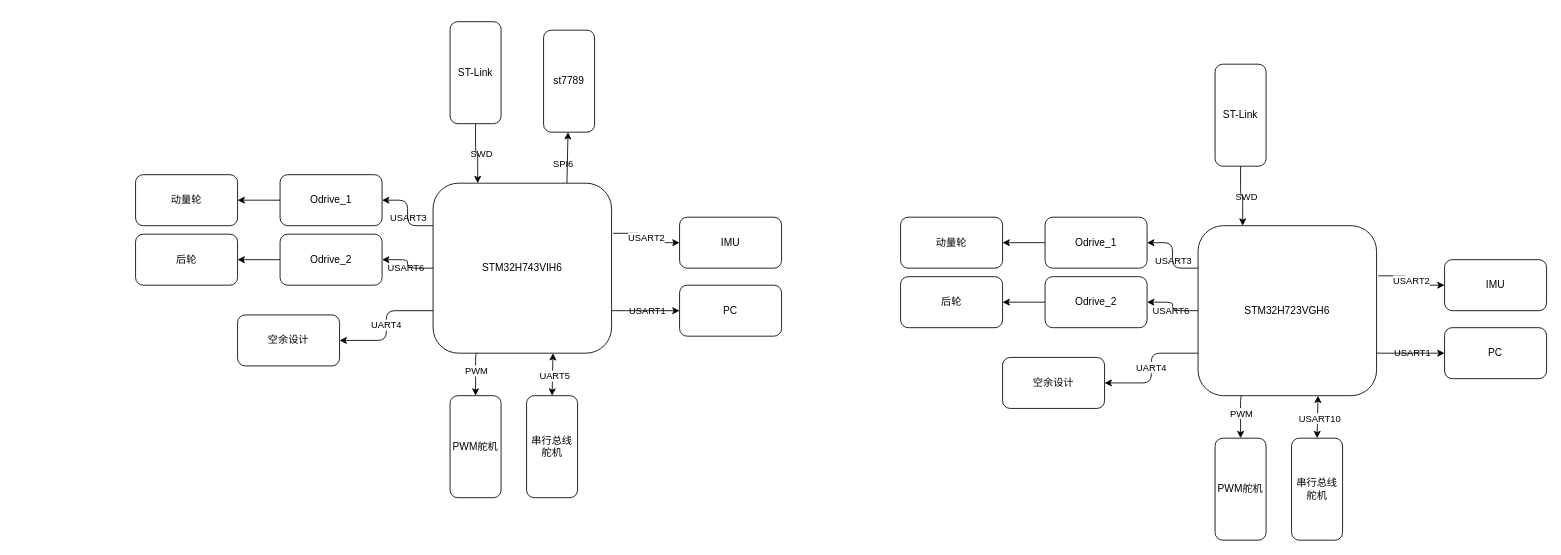
The draw.io diagram Control_Unit/Hardware/设计框图/控制单元架构.drawio in Ashington258/EquiCycle, before the edit. Source tidied: cells renumbered, new cells numbered last; positions are measured from the earlier drawing's top-left corner, leaving out a move shared by most shapes. Both pictures are drawn from the tidied source at 85%, with x=0, y=0 at pixel (135, 21).
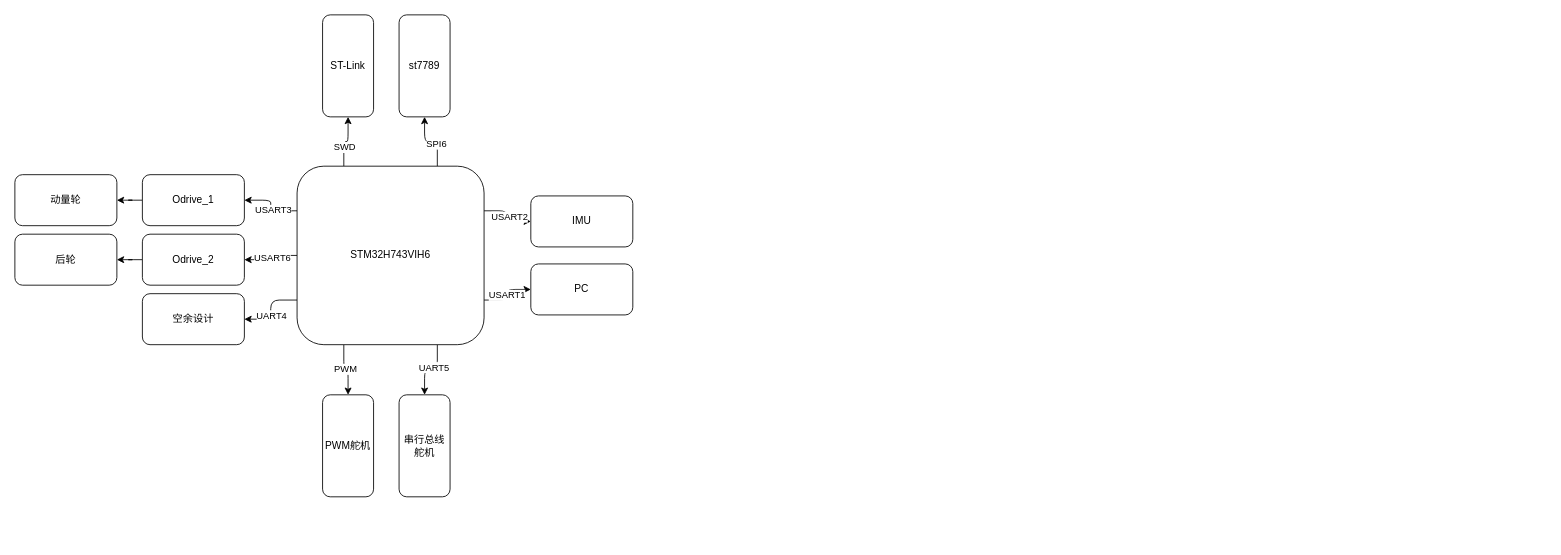
The same diagram, later.

The edit, as a diff of the source:
```diff
@@
-    <mxCell id="2" style="edgeStyle=orthogonalEdgeStyle;rounded=1;jettySize=auto;html=1;exitX=1;exitY=0.75;exitDx=0;exitDy=0;entryX=0;entryY=0.5;entryDx=0;entryDy=0;labelBackgroundColor=none;fontColor=default;" parent="1" edge="1" source="10" target="15">
-      <mxGeometry relative="1" as="geometry" />
-    </mxCell>
-    <mxCell id="3" value="USART1" style="edgeLabel;html=1;align=center;verticalAlign=middle;rounded=1;labelBackgroundColor=none;" parent="2" vertex="1">
-      <mxGeometry x="0.03" y="1" relative="1" as="geometry" />
-    </mxCell>
-    <mxCell id="4" style="edgeStyle=orthogonalEdgeStyle;rounded=1;jettySize=auto;html=1;entryX=1;entryY=0.5;entryDx=0;entryDy=0;labelBackgroundColor=none;fontColor=default;" parent="1" edge="1" source="10" target="14">
-      <mxGeometry relative="1" as="geometry" />
-    </mxCell>
-    <mxCell id="5" value="USART6" style="edgeLabel;html=1;align=center;verticalAlign=middle;rounded=1;labelBackgroundColor=none;" parent="4" vertex="1">
-      <mxGeometry x="-0.12" y="3" relative="1" as="geometry" />
-    </mxCell>
-    <mxCell id="6" style="edgeStyle=orthogonalEdgeStyle;rounded=1;jettySize=auto;html=1;exitX=0.25;exitY=1;exitDx=0;exitDy=0;curved=0;" parent="1" edge="1" source="10" target="29">
-      <mxGeometry relative="1" as="geometry">
-        <Array as="points">
-          <mxPoint x="1300" y="440" />
-        </Array>
-      </mxGeometry>
-    </mxCell>
-    <mxCell id="7" value="PWM" style="edgeLabel;html=1;align=center;verticalAlign=middle;rounded=1;" parent="6" vertex="1">
-      <mxGeometry x="-0.12" relative="1" as="geometry" />
-    </mxCell>
-    <mxCell id="8" style="edgeStyle=orthogonalEdgeStyle;rounded=1;jettySize=auto;html=1;exitX=0;exitY=0.75;exitDx=0;exitDy=0;" parent="1" edge="1" source="10" target="30">
-      <mxGeometry relative="1" as="geometry" />
-    </mxCell>
-    <mxCell id="9" value="UART4" style="edgeLabel;html=1;align=center;verticalAlign=middle;rounded=1;" parent="8" vertex="1">
-      <mxGeometry x="-0.02" y="-1" relative="1" as="geometry" />
-    </mxCell>
-    <mxCell id="10" value="STM32H723VGH6" style="rounded=1;whiteSpace=wrap;html=1;labelBackgroundColor=none;" parent="1" vertex="1">
-      <mxGeometry x="1250" y="240" width="210" height="200" as="geometry" />
-    </mxCell>
-    <mxCell id="11" style="edgeStyle=orthogonalEdgeStyle;rounded=1;jettySize=auto;html=1;labelBackgroundColor=none;fontColor=default;" parent="1" edge="1" source="12" target="22">
-      <mxGeometry relative="1" as="geometry" />
-    </mxCell>
-    <mxCell id="12" value="Odrive_1" style="rounded=1;whiteSpace=wrap;html=1;labelBackgroundColor=none;" parent="1" vertex="1">
-      <mxGeometry x="1070" y="230" width="120" height="60" as="geometry" />
-    </mxCell>
-    <mxCell id="13" style="edgeStyle=orthogonalEdgeStyle;rounded=1;jettySize=auto;html=1;labelBackgroundColor=none;fontColor=default;" parent="1" edge="1" source="14" target="23">
-      <mxGeometry relative="1" as="geometry" />
-    </mxCell>
-    <mxCell id="14" value="Odrive_2" style="rounded=1;whiteSpace=wrap;html=1;labelBackgroundColor=none;" parent="1" vertex="1">
-      <mxGeometry x="1070" y="300" width="120" height="60" as="geometry" />
-    </mxCell>
-    <mxCell id="15" value="PC" style="rounded=1;whiteSpace=wrap;html=1;labelBackgroundColor=none;" parent="1" vertex="1">
-      <mxGeometry x="1540" y="360" width="120" height="60" as="geometry" />
-    </mxCell>
-    <mxCell id="16" value="串行总线舵机" style="rounded=1;whiteSpace=wrap;html=1;direction=south;labelBackgroundColor=none;" parent="1" vertex="1">
-      <mxGeometry x="1360" y="490" width="60" height="120" as="geometry" />
-    </mxCell>
-    <mxCell id="17" style="edgeStyle=orthogonalEdgeStyle;rounded=1;jettySize=auto;html=1;exitX=1;exitY=0.5;exitDx=0;exitDy=0;entryX=0.25;entryY=0;entryDx=0;entryDy=0;labelBackgroundColor=none;fontColor=default;" parent="1" edge="1" source="19" target="10">
-      <mxGeometry relative="1" as="geometry" />
-    </mxCell>
-    <mxCell id="18" value="SWD" style="edgeLabel;html=1;align=center;verticalAlign=middle;rounded=1;labelBackgroundColor=none;" parent="17" vertex="1">
-      <mxGeometry x="0.04" y="4" relative="1" as="geometry" />
-    </mxCell>
-    <mxCell id="19" value="ST-Link" style="rounded=1;whiteSpace=wrap;html=1;direction=south;labelBackgroundColor=none;" parent="1" vertex="1">
-      <mxGeometry x="1270" y="50" width="60" height="120" as="geometry" />
-    </mxCell>
-    <mxCell id="20" style="edgeStyle=orthogonalEdgeStyle;rounded=1;jettySize=auto;html=1;entryX=1;entryY=0.5;entryDx=0;entryDy=0;exitX=0;exitY=0.25;exitDx=0;exitDy=0;labelBackgroundColor=none;fontColor=default;" parent="1" edge="1" source="10" target="12">
-      <mxGeometry relative="1" as="geometry" />
-    </mxCell>
-    <mxCell id="21" value="USART3" style="edgeLabel;html=1;align=center;verticalAlign=middle;rounded=1;labelBackgroundColor=none;" parent="20" vertex="1">
-      <mxGeometry x="-0.11" relative="1" as="geometry" />
-    </mxCell>
-    <mxCell id="22" value="动量轮" style="rounded=1;whiteSpace=wrap;html=1;labelBackgroundColor=none;" parent="1" vertex="1">
-      <mxGeometry x="900" y="230" width="120" height="60" as="geometry" />
-    </mxCell>
-    <mxCell id="23" value="后轮" style="whiteSpace=wrap;html=1;rounded=1;labelBackgroundColor=none;" parent="1" vertex="1">
-      <mxGeometry x="900" y="300" width="120" height="60" as="geometry" />
-    </mxCell>
-    <mxCell id="24" style="endArrow=classic;startArrow=classic;html=1;rounded=1;exitX=0;exitY=0.5;exitDx=0;exitDy=0;entryX=0.672;entryY=1;entryDx=0;entryDy=0;entryPerimeter=0;" parent="1" edge="1" source="16" target="10">
-      <mxGeometry relative="1" as="geometry" />
-    </mxCell>
-    <mxCell id="25" value="USART10" style="edgeLabel;html=1;align=center;verticalAlign=middle;rounded=1;" parent="24" vertex="1">
-      <mxGeometry x="-0.03" y="-2" relative="1" as="geometry" />
-    </mxCell>
-    <mxCell id="26" value="IMU" style="rounded=1;whiteSpace=wrap;html=1;direction=east;labelBackgroundColor=none;" parent="1" vertex="1">
-      <mxGeometry x="1540" y="280" width="120" height="60" as="geometry" />
-    </mxCell>
-    <mxCell id="27" style="edgeStyle=orthogonalEdgeStyle;rounded=1;jettySize=auto;html=1;exitX=1.009;exitY=0.295;exitDx=0;exitDy=0;entryX=0;entryY=0.5;entryDx=0;entryDy=0;exitPerimeter=0;" parent="1" edge="1" source="10" target="26">
-      <mxGeometry relative="1" as="geometry" />
-    </mxCell>
-    <mxCell id="28" value="USART2" style="edgeLabel;html=1;align=center;verticalAlign=middle;rounded=1;" parent="27" vertex="1">
-      <mxGeometry x="-0.02" relative="1" as="geometry" />
-    </mxCell>
-    <mxCell id="29" value="PWM舵机" style="rounded=1;whiteSpace=wrap;html=1;direction=south;labelBackgroundColor=none;" parent="1" vertex="1">
-      <mxGeometry x="1270" y="490" width="60" height="120" as="geometry" />
-    </mxCell>
-    <mxCell id="30" value="空余设计" style="rounded=1;whiteSpace=wrap;html=1;" parent="1" vertex="1">
-      <mxGeometry x="1020" y="395" width="120" height="60" as="geometry" />
-    </mxCell>
+    <mxCell id="50" style="edgeStyle=orthogonalEdgeStyle;rounded=1;jettySize=auto;html=1;exitX=0;exitY=0.25;exitDx=0;exitDy=0;" parent="1" edge="1" source="40" target="42">
+      <mxGeometry relative="1" as="geometry" />
+    </mxCell>
+    <mxCell id="63" value="USART3" style="edgeLabel;html=1;align=center;verticalAlign=middle;rounded=1;" parent="50" vertex="1">
+      <mxGeometry x="-0.14" y="-2" relative="1" as="geometry" />
+    </mxCell>
+    <mxCell id="33" style="edgeStyle=orthogonalEdgeStyle;rounded=1;jettySize=auto;html=1;exitX=0;exitY=0.5;exitDx=0;exitDy=0;" parent="1" edge="1" source="40" target="44">
+      <mxGeometry relative="1" as="geometry" />
+    </mxCell>
+    <mxCell id="64" value="USART6" style="edgeLabel;html=1;align=center;verticalAlign=middle;rounded=1;" parent="33" vertex="1">
+      <mxGeometry x="-0.01" y="1" relative="1" as="geometry" />
+    </mxCell>
+    <mxCell id="37" style="edgeStyle=orthogonalEdgeStyle;rounded=1;jettySize=auto;html=1;exitX=0;exitY=0.75;exitDx=0;exitDy=0;" parent="1" edge="1" source="40" target="60">
+      <mxGeometry relative="1" as="geometry" />
+    </mxCell>
+    <mxCell id="65" value="UART4" style="edgeLabel;html=1;align=center;verticalAlign=middle;rounded=1;" parent="37" vertex="1">
+      <mxGeometry x="0.16" relative="1" as="geometry" />
+    </mxCell>
+    <mxCell id="57" style="edgeStyle=orthogonalEdgeStyle;rounded=1;jettySize=auto;html=1;exitX=1;exitY=0.25;exitDx=0;exitDy=0;entryX=0;entryY=0.5;entryDx=0;entryDy=0;" parent="1" edge="1" source="40" target="56">
+      <mxGeometry relative="1" as="geometry" />
+    </mxCell>
+    <mxCell id="66" value="USART2" style="edgeLabel;html=1;align=center;verticalAlign=middle;rounded=1;" parent="57" vertex="1">
+      <mxGeometry x="0.01" y="2" relative="1" as="geometry" />
+    </mxCell>
-    <mxCell id="31" style="edgeStyle=orthogonalEdgeStyle;rounded=1;jettySize=auto;html=1;exitX=1;exitY=0.75;exitDx=0;exitDy=0;entryX=0;entryY=0.5;entryDx=0;entryDy=0;labelBackgroundColor=none;fontColor=default;" parent="1" edge="1" source="40" target="45">
+    <mxCell id="31" style="edgeStyle=orthogonalEdgeStyle;rounded=1;jettySize=auto;html=1;exitX=1;exitY=0.75;exitDx=0;exitDy=0;" parent="1" edge="1" source="40" target="45">
       <mxGeometry relative="1" as="geometry" />
     </mxCell>
-    <mxCell id="32" value="USART1" style="edgeLabel;html=1;align=center;verticalAlign=middle;rounded=1;labelBackgroundColor=none;" parent="31" vertex="1">
-      <mxGeometry x="0.03" y="1" relative="1" as="geometry" />
-    </mxCell>
-    <mxCell id="33" style="edgeStyle=orthogonalEdgeStyle;rounded=1;jettySize=auto;html=1;entryX=1;entryY=0.5;entryDx=0;entryDy=0;labelBackgroundColor=none;fontColor=default;" parent="1" edge="1" source="40" target="44">
-      <mxGeometry relative="1" as="geometry" />
-    </mxCell>
-    <mxCell id="34" value="USART6" style="edgeLabel;html=1;align=center;verticalAlign=middle;rounded=1;labelBackgroundColor=none;" parent="33" vertex="1">
-      <mxGeometry x="-0.12" y="3" relative="1" as="geometry" />
-    </mxCell>
+    <mxCell id="67" value="USART1" style="edgeLabel;html=1;align=center;verticalAlign=middle;rounded=1;" parent="31" vertex="1">
+      <mxGeometry x="0.02" y="1" relative="1" as="geometry" />
+    </mxCell>
-    <mxCell id="35" style="edgeStyle=orthogonalEdgeStyle;rounded=1;jettySize=auto;html=1;exitX=0.25;exitY=1;exitDx=0;exitDy=0;curved=0;" parent="1" edge="1" source="40" target="59">
-      <mxGeometry relative="1" as="geometry">
-        <Array as="points">
-          <mxPoint x="400" y="390" />
-        </Array>
-      </mxGeometry>
+    <mxCell id="35" style="edgeStyle=orthogonalEdgeStyle;rounded=1;jettySize=auto;html=1;exitX=0.25;exitY=1;exitDx=0;exitDy=0;" parent="1" edge="1" source="40" target="59">
+      <mxGeometry relative="1" as="geometry" />
     </mxCell>
-    <mxCell id="36" value="PWM" style="edgeLabel;html=1;align=center;verticalAlign=middle;rounded=1;" parent="35" vertex="1">
-      <mxGeometry x="-0.12" relative="1" as="geometry" />
-    </mxCell>
-    <mxCell id="37" style="edgeStyle=orthogonalEdgeStyle;rounded=1;jettySize=auto;html=1;exitX=0;exitY=0.75;exitDx=0;exitDy=0;" parent="1" edge="1" source="40" target="60">
-      <mxGeometry relative="1" as="geometry" />
-    </mxCell>
-    <mxCell id="38" value="UART4" style="edgeLabel;html=1;align=center;verticalAlign=middle;rounded=1;" parent="37" vertex="1">
-      <mxGeometry x="-0.02" y="-1" relative="1" as="geometry" />
-    </mxCell>
+    <mxCell id="68" value="PWM" style="edgeLabel;html=1;align=center;verticalAlign=middle;rounded=1;" parent="35" vertex="1">
+      <mxGeometry x="-0.02" y="1" relative="1" as="geometry" />
+    </mxCell>
+    <mxCell id="69" style="edgeStyle=orthogonalEdgeStyle;rounded=1;jettySize=auto;html=1;exitX=0.75;exitY=1;exitDx=0;exitDy=0;entryX=0;entryY=0.5;entryDx=0;entryDy=0;" parent="1" edge="1" source="40" target="46">
+      <mxGeometry relative="1" as="geometry" />
+    </mxCell>
+    <mxCell id="55" value="UART5" style="edgeLabel;html=1;align=center;verticalAlign=middle;rounded=1;" parent="69" vertex="1">
+      <mxGeometry x="-0.09" y="-3" relative="1" as="geometry" />
+    </mxCell>
+    <mxCell id="70" style="edgeStyle=orthogonalEdgeStyle;rounded=1;jettySize=auto;html=1;exitX=0.25;exitY=0;exitDx=0;exitDy=0;" parent="1" edge="1" source="40" target="49">
+      <mxGeometry relative="1" as="geometry" />
+    </mxCell>
+    <mxCell id="71" value="SWD" style="edgeLabel;html=1;align=center;verticalAlign=middle;rounded=1;" parent="70" vertex="1">
+      <mxGeometry x="-0.27" relative="1" as="geometry" />
+    </mxCell>
-    <mxCell id="39" style="edgeStyle=none;html=1;exitX=0.75;exitY=0;exitDx=0;exitDy=0;" parent="1" edge="1" source="40" target="61">
+    <mxCell id="39" style="edgeStyle=orthogonalEdgeStyle;rounded=1;jettySize=auto;html=1;exitX=0.75;exitY=0;exitDx=0;exitDy=0;" parent="1" edge="1" source="40" target="61">
       <mxGeometry relative="1" as="geometry" />
     </mxCell>
+    <mxCell id="62" value="SPI6" style="edgeLabel;html=1;align=center;verticalAlign=middle;rounded=1;" parent="39" vertex="1">
+      <mxGeometry x="-0.27" y="2" relative="1" as="geometry" />
+    </mxCell>
     <mxCell id="40" value="STM32H743VIH6" style="rounded=1;whiteSpace=wrap;html=1;labelBackgroundColor=none;" parent="1" vertex="1">
-      <mxGeometry x="350" y="190" width="210" height="200" as="geometry" />
+      <mxGeometry x="190" y="170" width="220" height="210" as="geometry" />
     </mxCell>
@@
     <mxCell id="42" value="Odrive_1" style="rounded=1;whiteSpace=wrap;html=1;labelBackgroundColor=none;" parent="1" vertex="1">
-      <mxGeometry x="170" y="180" width="120" height="60" as="geometry" />
+      <mxGeometry x="8" y="180" width="120" height="60" as="geometry" />
     </mxCell>
@@
     <mxCell id="44" value="Odrive_2" style="rounded=1;whiteSpace=wrap;html=1;labelBackgroundColor=none;" parent="1" vertex="1">
-      <mxGeometry x="170" y="250" width="120" height="60" as="geometry" />
+      <mxGeometry x="8" y="250" width="120" height="60" as="geometry" />
     </mxCell>
     <mxCell id="45" value="PC" style="rounded=1;whiteSpace=wrap;html=1;labelBackgroundColor=none;" parent="1" vertex="1">
-      <mxGeometry x="640" y="310" width="120" height="60" as="geometry" />
+      <mxGeometry x="465" y="285" width="120" height="60" as="geometry" />
     </mxCell>
     <mxCell id="46" value="串行总线舵机" style="rounded=1;whiteSpace=wrap;html=1;direction=south;labelBackgroundColor=none;" parent="1" vertex="1">
-      <mxGeometry x="460" y="440" width="60" height="120" as="geometry" />
+      <mxGeometry x="310" y="439" width="60" height="120" as="geometry" />
     </mxCell>
-    <mxCell id="47" style="edgeStyle=orthogonalEdgeStyle;rounded=1;jettySize=auto;html=1;exitX=1;exitY=0.5;exitDx=0;exitDy=0;entryX=0.25;entryY=0;entryDx=0;entryDy=0;labelBackgroundColor=none;fontColor=default;" parent="1" edge="1" source="49" target="40">
-      <mxGeometry relative="1" as="geometry" />
-    </mxCell>
-    <mxCell id="48" value="SWD" style="edgeLabel;html=1;align=center;verticalAlign=middle;rounded=1;labelBackgroundColor=none;" parent="47" vertex="1">
-      <mxGeometry x="0.04" y="4" relative="1" as="geometry" />
-    </mxCell>
     <mxCell id="49" value="ST-Link" style="rounded=1;whiteSpace=wrap;html=1;direction=south;labelBackgroundColor=none;" parent="1" vertex="1">
-      <mxGeometry x="370" width="60" height="120" as="geometry" />
+      <mxGeometry x="220" y="-8" width="60" height="120" as="geometry" />
     </mxCell>
-    <mxCell id="50" style="edgeStyle=orthogonalEdgeStyle;rounded=1;jettySize=auto;html=1;entryX=1;entryY=0.5;entryDx=0;entryDy=0;exitX=0;exitY=0.25;exitDx=0;exitDy=0;labelBackgroundColor=none;fontColor=default;" parent="1" edge="1" source="40" target="42">
-      <mxGeometry relative="1" as="geometry" />
-    </mxCell>
-    <mxCell id="51" value="USART3" style="edgeLabel;html=1;align=center;verticalAlign=middle;rounded=1;labelBackgroundColor=none;" parent="50" vertex="1">
-      <mxGeometry x="-0.11" relative="1" as="geometry" />
-    </mxCell>
     <mxCell id="52" value="动量轮" style="rounded=1;whiteSpace=wrap;html=1;labelBackgroundColor=none;" parent="1" vertex="1">
-      <mxGeometry y="180" width="120" height="60" as="geometry" />
+      <mxGeometry x="-142" y="180" width="120" height="60" as="geometry" />
     </mxCell>
     <mxCell id="53" value="后轮" style="whiteSpace=wrap;html=1;rounded=1;labelBackgroundColor=none;" parent="1" vertex="1">
-      <mxGeometry y="250" width="120" height="60" as="geometry" />
+      <mxGeometry x="-142" y="250" width="120" height="60" as="geometry" />
     </mxCell>
-    <mxCell id="54" style="endArrow=classic;startArrow=classic;html=1;rounded=1;exitX=0;exitY=0.5;exitDx=0;exitDy=0;entryX=0.672;entryY=1;entryDx=0;entryDy=0;entryPerimeter=0;" parent="1" edge="1" source="46" target="40">
-      <mxGeometry relative="1" as="geometry" />
-    </mxCell>
-    <mxCell id="55" value="UART5" style="edgeLabel;html=1;align=center;verticalAlign=middle;rounded=1;" parent="54" vertex="1">
-      <mxGeometry x="-0.03" y="-2" relative="1" as="geometry" />
-    </mxCell>
     <mxCell id="56" value="IMU" style="rounded=1;whiteSpace=wrap;html=1;direction=east;labelBackgroundColor=none;" parent="1" vertex="1">
-      <mxGeometry x="640" y="230" width="120" height="60" as="geometry" />
+      <mxGeometry x="465" y="205" width="120" height="60" as="geometry" />
     </mxCell>
-    <mxCell id="57" style="edgeStyle=orthogonalEdgeStyle;rounded=1;jettySize=auto;html=1;exitX=1.009;exitY=0.295;exitDx=0;exitDy=0;entryX=0;entryY=0.5;entryDx=0;entryDy=0;exitPerimeter=0;" parent="1" edge="1" source="40" target="56">
-      <mxGeometry relative="1" as="geometry" />
-    </mxCell>
-    <mxCell id="58" value="USART2" style="edgeLabel;html=1;align=center;verticalAlign=middle;rounded=1;" parent="57" vertex="1">
-      <mxGeometry x="-0.02" relative="1" as="geometry" />
-    </mxCell>
     <mxCell id="59" value="PWM舵机" style="rounded=1;whiteSpace=wrap;html=1;direction=south;labelBackgroundColor=none;" parent="1" vertex="1">
-      <mxGeometry x="370" y="440" width="60" height="120" as="geometry" />
+      <mxGeometry x="220" y="439" width="60" height="120" as="geometry" />
     </mxCell>
     <mxCell id="60" value="空余设计" style="rounded=1;whiteSpace=wrap;html=1;" parent="1" vertex="1">
-      <mxGeometry x="120" y="345" width="120" height="60" as="geometry" />
+      <mxGeometry x="8" y="320" width="120" height="60" as="geometry" />
     </mxCell>
     <mxCell id="61" value="st7789" style="rounded=1;whiteSpace=wrap;html=1;direction=south;" parent="1" vertex="1">
-      <mxGeometry x="480" y="10" width="60" height="120" as="geometry" />
+      <mxGeometry x="310" y="-8" width="60" height="120" as="geometry" />
     </mxCell>
-    <mxCell id="62" value="SPI6" style="edgeLabel;html=1;align=center;verticalAlign=middle;rounded=1;labelBackgroundColor=none;" parent="1" vertex="1">
-      <mxGeometry x="510" y="160" as="geometry">
-        <mxPoint x="-8" y="6" as="offset" />
-      </mxGeometry>
-    </mxCell>
```
